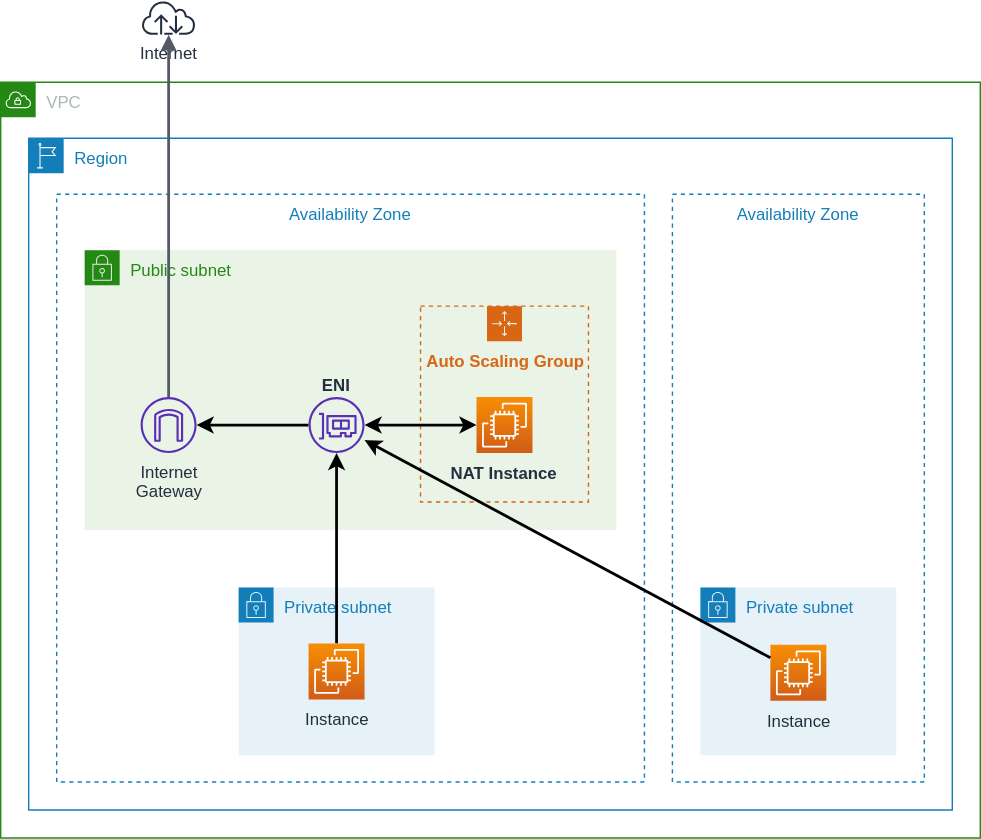
Before: diagram.svg, a diagram exported from draw.io (int128/terraform-aws-nat-instance). Source tidied: cells renumbered, new cells last; positions are measured from the earlier drawing's top-left corner, leaving out a move shared by most shapes. Its diagram source:
```xml
<mxGraphModel>
  <root>
    <mxCell id="0" />
    <mxCell id="1" parent="0" />
    <mxCell id="2" value="VPC" style="gradientColor=none;html=1;whiteSpace=wrap;fontSize=12;fontStyle=0;shape=mxgraph.aws4.group;grIcon=mxgraph.aws4.group_vpc;strokeColor=#248814;fillColor=none;verticalAlign=top;align=left;spacingLeft=30;fontColor=#AAB7B8;dashed=0;" parent="1" vertex="1">
      <mxGeometry y="58" width="700" height="540" as="geometry" />
    </mxCell>
    <mxCell id="3" value="Region" style="gradientColor=none;html=1;whiteSpace=wrap;fontSize=12;fontStyle=0;shape=mxgraph.aws4.group;grIcon=mxgraph.aws4.group_region;strokeColor=#147EBA;fillColor=none;verticalAlign=top;align=left;spacingLeft=30;fontColor=#147EBA;dashed=0;" parent="1" vertex="1">
      <mxGeometry x="20" y="98" width="660" height="480" as="geometry" />
    </mxCell>
    <mxCell id="4" value="Availability Zone" style="fillColor=none;strokeColor=#147EBA;dashed=1;verticalAlign=top;fontStyle=0;fontColor=#147EBA;" parent="1" vertex="1">
      <mxGeometry x="40" y="138" width="420" height="420" as="geometry" />
    </mxCell>
    <mxCell id="5" value="Public subnet" style="gradientColor=none;html=1;whiteSpace=wrap;fontSize=12;fontStyle=0;shape=mxgraph.aws4.group;grIcon=mxgraph.aws4.group_security_group;grStroke=0;strokeColor=#248814;fillColor=#E9F3E6;verticalAlign=top;align=left;spacingLeft=30;fontColor=#248814;dashed=0;" parent="1" vertex="1">
      <mxGeometry x="60" y="178" width="380" height="200" as="geometry" />
    </mxCell>
    <mxCell id="6" value="Private subnet" style="gradientColor=none;html=1;whiteSpace=wrap;fontSize=12;fontStyle=0;shape=mxgraph.aws4.group;grIcon=mxgraph.aws4.group_security_group;grStroke=0;strokeColor=#147EBA;fillColor=#E6F2F8;verticalAlign=top;align=left;spacingLeft=30;fontColor=#147EBA;dashed=0;" parent="1" vertex="1">
      <mxGeometry x="170" y="419" width="140" height="120" as="geometry" />
    </mxCell>
    <mxCell id="7" style="edgeStyle=orthogonalEdgeStyle;jettySize=auto;html=1;strokeWidth=2;rounded=0;" parent="1" edge="1" source="8" target="16">
      <mxGeometry relative="1" as="geometry" />
    </mxCell>
    <mxCell id="8" value="Instance" style="outlineConnect=0;fontColor=#232F3E;gradientColor=#F78E04;gradientDirection=north;fillColor=#D05C17;strokeColor=#ffffff;dashed=0;verticalLabelPosition=bottom;verticalAlign=top;align=center;html=1;fontSize=12;fontStyle=0;shape=mxgraph.aws4.resourceIcon;resIcon=mxgraph.aws4.ec2;" parent="1" vertex="1">
      <mxGeometry x="220" y="459" width="40" height="40" as="geometry" />
    </mxCell>
    <mxCell id="9" value="Internet&lt;br&gt;Gateway" style="outlineConnect=0;fontColor=#232F3E;gradientColor=none;fillColor=#5A30B5;strokeColor=none;dashed=0;verticalLabelPosition=bottom;verticalAlign=top;align=center;html=1;fontSize=12;fontStyle=0;shape=mxgraph.aws4.internet_gateway;" parent="1" vertex="1">
      <mxGeometry x="100" y="283" width="40" height="40" as="geometry" />
    </mxCell>
    <mxCell id="10" value="Internet" style="outlineConnect=0;fontColor=#232F3E;gradientColor=none;fillColor=#232F3E;strokeColor=none;dashed=0;verticalLabelPosition=bottom;verticalAlign=top;align=center;html=1;fontSize=12;fontStyle=0;shape=mxgraph.aws4.internet;" parent="1" vertex="1">
      <mxGeometry x="100" width="40" height="24" as="geometry" />
    </mxCell>
    <mxCell id="11" style="edgeStyle=orthogonalEdgeStyle;html=1;endArrow=none;elbow=vertical;startArrow=block;startFill=1;strokeColor=#545B64;rounded=0;strokeWidth=2;" parent="1" edge="1" source="10" target="9">
      <mxGeometry relative="1" as="geometry" />
    </mxCell>
    <mxCell id="12" value="Auto Scaling Group" style="gradientColor=none;html=1;whiteSpace=wrap;fontSize=12;fontStyle=1;shape=mxgraph.aws4.groupCenter;grIcon=mxgraph.aws4.group_auto_scaling_group;grStroke=1;strokeColor=#D86613;fillColor=none;verticalAlign=top;align=center;fontColor=#D86613;dashed=1;spacingTop=25;" parent="1" vertex="1">
      <mxGeometry x="300" y="218" width="120" height="140" as="geometry" />
    </mxCell>
    <mxCell id="13" style="edgeStyle=orthogonalEdgeStyle;rounded=0;jettySize=auto;html=1;strokeWidth=2;startArrow=classic;startFill=1;" parent="1" edge="1" source="14" target="16">
      <mxGeometry relative="1" as="geometry" />
    </mxCell>
    <mxCell id="14" value="NAT Instance" style="outlineConnect=0;fontColor=#232F3E;gradientColor=#F78E04;gradientDirection=north;fillColor=#D05C17;strokeColor=#ffffff;dashed=0;verticalLabelPosition=bottom;verticalAlign=top;align=center;html=1;fontSize=12;fontStyle=1;shape=mxgraph.aws4.resourceIcon;resIcon=mxgraph.aws4.ec2;" parent="1" vertex="1">
      <mxGeometry x="340" y="283" width="40" height="40" as="geometry" />
    </mxCell>
    <mxCell id="15" style="edgeStyle=orthogonalEdgeStyle;rounded=0;jettySize=auto;html=1;strokeWidth=2;" parent="1" edge="1" source="16" target="9">
      <mxGeometry relative="1" as="geometry" />
    </mxCell>
    <mxCell id="16" value="ENI" style="outlineConnect=0;fontColor=#232F3E;gradientColor=none;fillColor=#5A30B5;strokeColor=none;dashed=0;verticalLabelPosition=top;verticalAlign=bottom;align=center;html=1;fontSize=12;fontStyle=1;shape=mxgraph.aws4.elastic_network_interface;labelPosition=center;" parent="1" vertex="1">
      <mxGeometry x="220" y="283" width="40" height="40" as="geometry" />
    </mxCell>
    <mxCell id="17" value="Availability Zone" style="fillColor=none;strokeColor=#147EBA;dashed=1;verticalAlign=top;fontStyle=0;fontColor=#147EBA;" parent="1" vertex="1">
      <mxGeometry x="480" y="138" width="180" height="420" as="geometry" />
    </mxCell>
    <mxCell id="18" value="Private subnet" style="gradientColor=none;html=1;whiteSpace=wrap;fontSize=12;fontStyle=0;shape=mxgraph.aws4.group;grIcon=mxgraph.aws4.group_security_group;grStroke=0;strokeColor=#147EBA;fillColor=#E6F2F8;verticalAlign=top;align=left;spacingLeft=30;fontColor=#147EBA;dashed=0;" parent="1" vertex="1">
      <mxGeometry x="500" y="419" width="140" height="120" as="geometry" />
    </mxCell>
    <mxCell id="19" value="Instance" style="outlineConnect=0;fontColor=#232F3E;gradientColor=#F78E04;gradientDirection=north;fillColor=#D05C17;strokeColor=#ffffff;dashed=0;verticalLabelPosition=bottom;verticalAlign=top;align=center;html=1;fontSize=12;fontStyle=0;shape=mxgraph.aws4.resourceIcon;resIcon=mxgraph.aws4.ec2;" parent="1" vertex="1">
      <mxGeometry x="550" y="460" width="40" height="40" as="geometry" />
    </mxCell>
    <mxCell id="20" style="jettySize=auto;html=1;strokeWidth=2;rounded=0;" parent="1" edge="1" source="19" target="16">
      <mxGeometry relative="1" as="geometry" />
    </mxCell>
  </root>
</mxGraphModel>
```
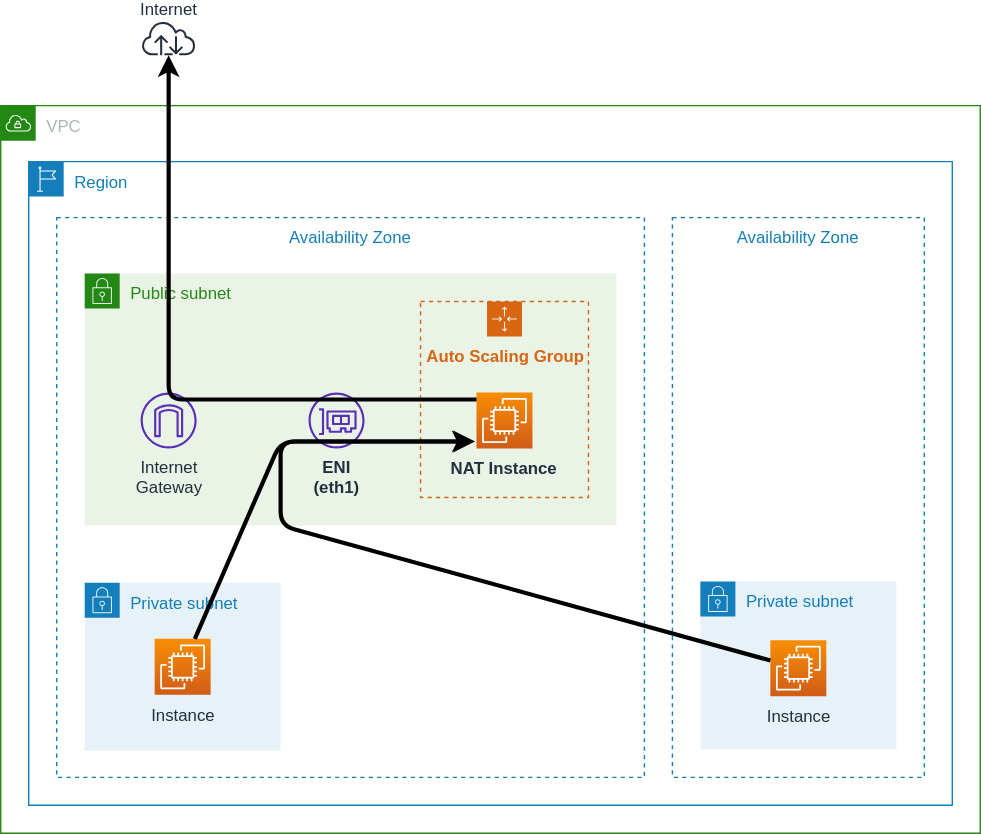
After the commit.

Change to the diagram source:
```diff
@@ -3,61 +3,71 @@
     <mxCell id="0" />
     <mxCell id="1" parent="0" />
     <mxCell id="2" value="VPC" style="gradientColor=none;html=1;whiteSpace=wrap;fontSize=12;fontStyle=0;shape=mxgraph.aws4.group;grIcon=mxgraph.aws4.group_vpc;strokeColor=#248814;fillColor=none;verticalAlign=top;align=left;spacingLeft=30;fontColor=#AAB7B8;dashed=0;" parent="1" vertex="1">
-      <mxGeometry y="58" width="700" height="540" as="geometry" />
+      <mxGeometry y="78" width="700" height="520" as="geometry" />
     </mxCell>
     <mxCell id="3" value="Region" style="gradientColor=none;html=1;whiteSpace=wrap;fontSize=12;fontStyle=0;shape=mxgraph.aws4.group;grIcon=mxgraph.aws4.group_region;strokeColor=#147EBA;fillColor=none;verticalAlign=top;align=left;spacingLeft=30;fontColor=#147EBA;dashed=0;" parent="1" vertex="1">
-      <mxGeometry x="20" y="98" width="660" height="480" as="geometry" />
+      <mxGeometry x="20" y="118" width="660" height="460" as="geometry" />
     </mxCell>
     <mxCell id="4" value="Availability Zone" style="fillColor=none;strokeColor=#147EBA;dashed=1;verticalAlign=top;fontStyle=0;fontColor=#147EBA;" parent="1" vertex="1">
-      <mxGeometry x="40" y="138" width="420" height="420" as="geometry" />
+      <mxGeometry x="40" y="158" width="420" height="400" as="geometry" />
     </mxCell>
     <mxCell id="5" value="Public subnet" style="gradientColor=none;html=1;whiteSpace=wrap;fontSize=12;fontStyle=0;shape=mxgraph.aws4.group;grIcon=mxgraph.aws4.group_security_group;grStroke=0;strokeColor=#248814;fillColor=#E9F3E6;verticalAlign=top;align=left;spacingLeft=30;fontColor=#248814;dashed=0;" parent="1" vertex="1">
-      <mxGeometry x="60" y="178" width="380" height="200" as="geometry" />
+      <mxGeometry x="60" y="198" width="380" height="180" as="geometry" />
     </mxCell>
     <mxCell id="6" value="Private subnet" style="gradientColor=none;html=1;whiteSpace=wrap;fontSize=12;fontStyle=0;shape=mxgraph.aws4.group;grIcon=mxgraph.aws4.group_security_group;grStroke=0;strokeColor=#147EBA;fillColor=#E6F2F8;verticalAlign=top;align=left;spacingLeft=30;fontColor=#147EBA;dashed=0;" parent="1" vertex="1">
-      <mxGeometry x="170" y="419" width="140" height="120" as="geometry" />
+      <mxGeometry x="60" y="419" width="140" height="120" as="geometry" />
     </mxCell>
-    <mxCell id="7" style="edgeStyle=orthogonalEdgeStyle;jettySize=auto;html=1;strokeWidth=2;rounded=0;" parent="1" edge="1" source="8" target="16">
-      <mxGeometry relative="1" as="geometry" />
-    </mxCell>
     <mxCell id="8" value="Instance" style="outlineConnect=0;fontColor=#232F3E;gradientColor=#F78E04;gradientDirection=north;fillColor=#D05C17;strokeColor=#ffffff;dashed=0;verticalLabelPosition=bottom;verticalAlign=top;align=center;html=1;fontSize=12;fontStyle=0;shape=mxgraph.aws4.resourceIcon;resIcon=mxgraph.aws4.ec2;" parent="1" vertex="1">
-      <mxGeometry x="220" y="459" width="40" height="40" as="geometry" />
+      <mxGeometry x="110" y="459" width="40" height="40" as="geometry" />
     </mxCell>
     <mxCell id="9" value="Internet&lt;br&gt;Gateway" style="outlineConnect=0;fontColor=#232F3E;gradientColor=none;fillColor=#5A30B5;strokeColor=none;dashed=0;verticalLabelPosition=bottom;verticalAlign=top;align=center;html=1;fontSize=12;fontStyle=0;shape=mxgraph.aws4.internet_gateway;" parent="1" vertex="1">
       <mxGeometry x="100" y="283" width="40" height="40" as="geometry" />
     </mxCell>
-    <mxCell id="10" value="Internet" style="outlineConnect=0;fontColor=#232F3E;gradientColor=none;fillColor=#232F3E;strokeColor=none;dashed=0;verticalLabelPosition=bottom;verticalAlign=top;align=center;html=1;fontSize=12;fontStyle=0;shape=mxgraph.aws4.internet;" parent="1" vertex="1">
-      <mxGeometry x="100" width="40" height="24" as="geometry" />
+    <mxCell id="10" value="Internet" style="outlineConnect=0;fontColor=#232F3E;gradientColor=none;fillColor=#232F3E;strokeColor=none;dashed=0;verticalLabelPosition=top;verticalAlign=bottom;align=center;html=1;fontSize=12;fontStyle=0;shape=mxgraph.aws4.internet;labelPosition=center;" parent="1" vertex="1">
+      <mxGeometry x="100" y="18" width="40" height="24" as="geometry" />
     </mxCell>
-    <mxCell id="11" style="edgeStyle=orthogonalEdgeStyle;html=1;endArrow=none;elbow=vertical;startArrow=block;startFill=1;strokeColor=#545B64;rounded=0;strokeWidth=2;" parent="1" edge="1" source="10" target="9">
-      <mxGeometry relative="1" as="geometry" />
-    </mxCell>
     <mxCell id="12" value="Auto Scaling Group" style="gradientColor=none;html=1;whiteSpace=wrap;fontSize=12;fontStyle=1;shape=mxgraph.aws4.groupCenter;grIcon=mxgraph.aws4.group_auto_scaling_group;grStroke=1;strokeColor=#D86613;fillColor=none;verticalAlign=top;align=center;fontColor=#D86613;dashed=1;spacingTop=25;" parent="1" vertex="1">
       <mxGeometry x="300" y="218" width="120" height="140" as="geometry" />
     </mxCell>
-    <mxCell id="13" style="edgeStyle=orthogonalEdgeStyle;rounded=0;jettySize=auto;html=1;strokeWidth=2;startArrow=classic;startFill=1;" parent="1" edge="1" source="14" target="16">
-      <mxGeometry relative="1" as="geometry" />
-    </mxCell>
     <mxCell id="14" value="NAT Instance" style="outlineConnect=0;fontColor=#232F3E;gradientColor=#F78E04;gradientDirection=north;fillColor=#D05C17;strokeColor=#ffffff;dashed=0;verticalLabelPosition=bottom;verticalAlign=top;align=center;html=1;fontSize=12;fontStyle=1;shape=mxgraph.aws4.resourceIcon;resIcon=mxgraph.aws4.ec2;" parent="1" vertex="1">
       <mxGeometry x="340" y="283" width="40" height="40" as="geometry" />
     </mxCell>
-    <mxCell id="15" style="edgeStyle=orthogonalEdgeStyle;rounded=0;jettySize=auto;html=1;strokeWidth=2;" parent="1" edge="1" source="16" target="9">
-      <mxGeometry relative="1" as="geometry" />
-    </mxCell>
-    <mxCell id="16" value="ENI" style="outlineConnect=0;fontColor=#232F3E;gradientColor=none;fillColor=#5A30B5;strokeColor=none;dashed=0;verticalLabelPosition=top;verticalAlign=bottom;align=center;html=1;fontSize=12;fontStyle=1;shape=mxgraph.aws4.elastic_network_interface;labelPosition=center;" parent="1" vertex="1">
+    <mxCell id="16" value="ENI&lt;br&gt;(eth1)" style="outlineConnect=0;fontColor=#232F3E;gradientColor=none;fillColor=#5A30B5;strokeColor=none;dashed=0;verticalLabelPosition=bottom;verticalAlign=top;align=center;html=1;fontSize=12;fontStyle=1;shape=mxgraph.aws4.elastic_network_interface;labelPosition=center;" parent="1" vertex="1">
       <mxGeometry x="220" y="283" width="40" height="40" as="geometry" />
     </mxCell>
     <mxCell id="17" value="Availability Zone" style="fillColor=none;strokeColor=#147EBA;dashed=1;verticalAlign=top;fontStyle=0;fontColor=#147EBA;" parent="1" vertex="1">
-      <mxGeometry x="480" y="138" width="180" height="420" as="geometry" />
+      <mxGeometry x="480" y="158" width="180" height="400" as="geometry" />
     </mxCell>
     <mxCell id="18" value="Private subnet" style="gradientColor=none;html=1;whiteSpace=wrap;fontSize=12;fontStyle=0;shape=mxgraph.aws4.group;grIcon=mxgraph.aws4.group_security_group;grStroke=0;strokeColor=#147EBA;fillColor=#E6F2F8;verticalAlign=top;align=left;spacingLeft=30;fontColor=#147EBA;dashed=0;" parent="1" vertex="1">
-      <mxGeometry x="500" y="419" width="140" height="120" as="geometry" />
+      <mxGeometry x="500" y="418" width="140" height="120" as="geometry" />
     </mxCell>
     <mxCell id="19" value="Instance" style="outlineConnect=0;fontColor=#232F3E;gradientColor=#F78E04;gradientDirection=north;fillColor=#D05C17;strokeColor=#ffffff;dashed=0;verticalLabelPosition=bottom;verticalAlign=top;align=center;html=1;fontSize=12;fontStyle=0;shape=mxgraph.aws4.resourceIcon;resIcon=mxgraph.aws4.ec2;" parent="1" vertex="1">
       <mxGeometry x="550" y="460" width="40" height="40" as="geometry" />
     </mxCell>
-    <mxCell id="20" style="jettySize=auto;html=1;strokeWidth=2;rounded=0;" parent="1" edge="1" source="19" target="16">
-      <mxGeometry relative="1" as="geometry" />
-    </mxCell>
+    <mxCell id="21" style="endArrow=classic;html=1;strokeWidth=3;rounded=1;" parent="1" edge="1" target="10">
+      <mxGeometry relative="1" as="geometry">
+        <mxPoint x="340" y="288" as="sourcePoint" />
+        <Array as="points">
+          <mxPoint x="120" y="288" />
+        </Array>
+      </mxGeometry>
+    </mxCell>
+    <mxCell id="22" style="endArrow=classic;html=1;strokeWidth=3;rounded=1;" parent="1" edge="1" source="8">
+      <mxGeometry relative="1" as="geometry">
+        <mxPoint x="339" y="318" as="targetPoint" />
+        <Array as="points">
+          <mxPoint x="200" y="318" />
+        </Array>
+      </mxGeometry>
+    </mxCell>
+    <mxCell id="23" style="endArrow=classic;html=1;strokeWidth=3;" parent="1" edge="1" source="19">
+      <mxGeometry relative="1" as="geometry">
+        <mxPoint x="338" y="318" as="targetPoint" />
+        <Array as="points">
+          <mxPoint x="200" y="378" />
+          <mxPoint x="200" y="318" />
+        </Array>
+      </mxGeometry>
+    </mxCell>
   </root>
 </mxGraphModel>
```
